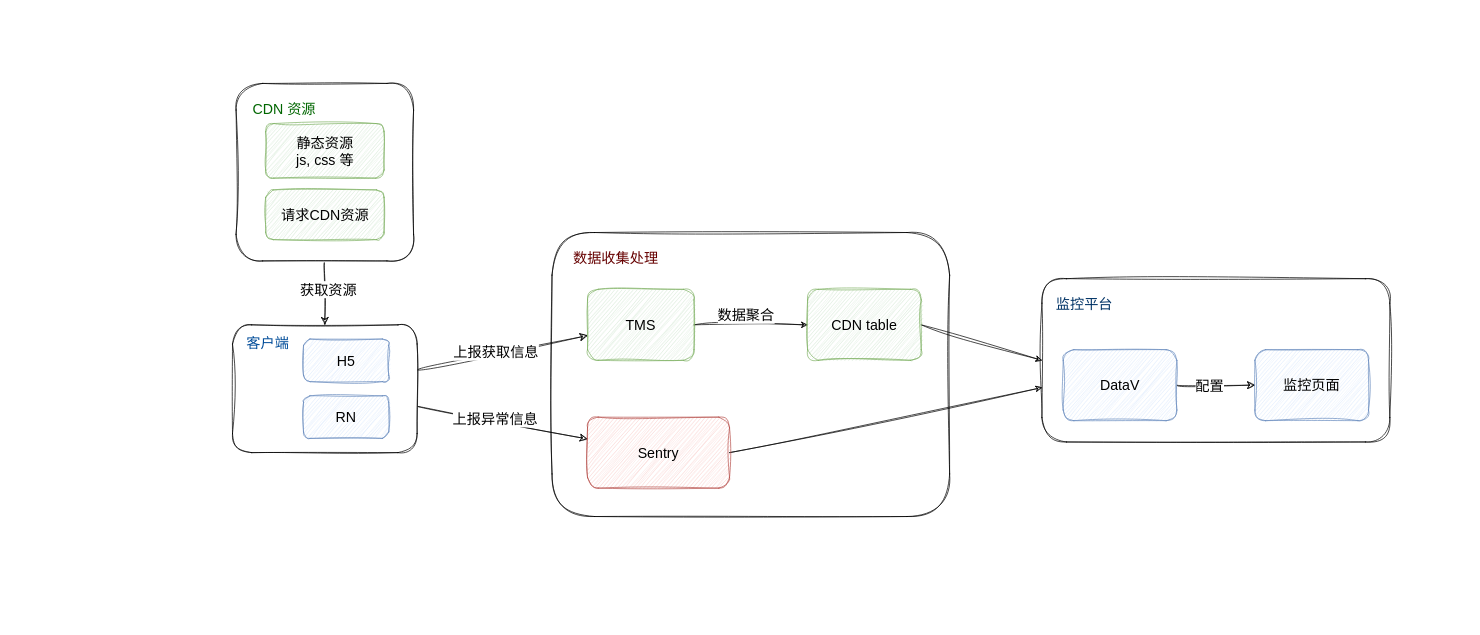
Darkindom/draw-the-diagrams keeps this draw.io diagram as CDN.drawio. Above is the earlier version. Source tidied: cells renumbered, new cells numbered last; positions are measured from the earlier drawing's top-left corner, leaving out a move shared by most shapes. Both pictures are drawn from the tidied source at 71%, with x=0, y=0 at pixel (232, 83).
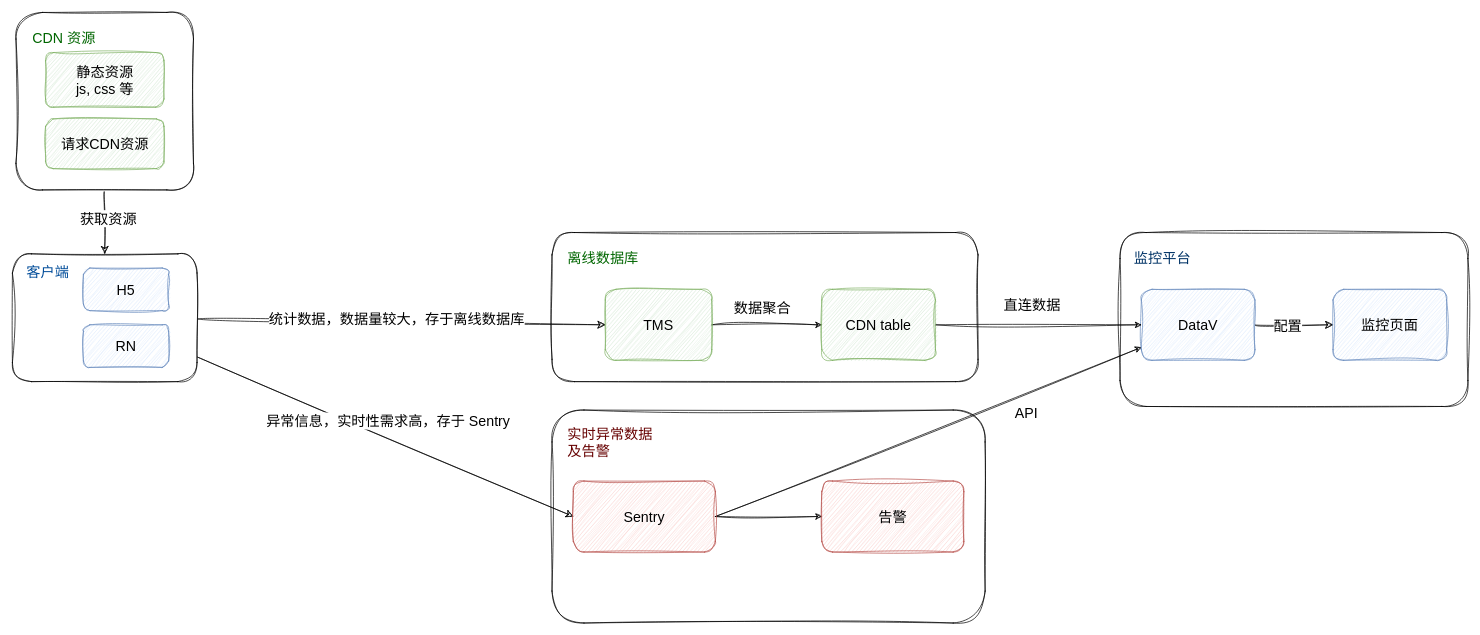
Above is the later version.

The change refers to these unchanged cells:
```xml
<mxCell id="18" style="edgeStyle=orthogonalEdgeStyle;rounded=0;sketch=1;hachureGap=4;jiggle=2;curveFitting=1;jettySize=auto;html=1;exitX=1;exitY=0.5;exitDx=0;exitDy=0;entryX=0;entryY=0.5;entryDx=0;entryDy=0;fontFamily=手札体-简;fontSize=16;" parent="1" edge="1" source="20" target="30">
  <mxGeometry relative="1" as="geometry" />
</mxCell>
```

Diff of the diagram source:
```diff
@@
+    <mxCell id="31" style="rounded=1;whiteSpace=wrap;html=1;sketch=1;hachureGap=4;jiggle=2;curveFitting=1;fontFamily=手札体-简;fontSize=20;" parent="1" vertex="1">
+      <mxGeometry x="450" y="460" width="610" height="300" as="geometry" />
+    </mxCell>
     <mxCell id="2" style="rounded=1;whiteSpace=wrap;html=1;sketch=1;hachureGap=4;jiggle=2;curveFitting=1;fontFamily=手札体-简;fontSize=20;" parent="1" vertex="1">
-      <mxGeometry x="1140" y="275" width="490" height="230" as="geometry" />
+      <mxGeometry x="1250" y="210" width="490" height="245" as="geometry" />
     </mxCell>
     <mxCell id="3" style="rounded=1;whiteSpace=wrap;html=1;sketch=1;hachureGap=4;jiggle=2;curveFitting=1;fontFamily=手札体-简;fontSize=20;" parent="1" vertex="1">
-      <mxGeometry x="450" y="210" width="560" height="400" as="geometry" />
+      <mxGeometry x="450" y="210" width="600" height="210" as="geometry" />
     </mxCell>
-    <mxCell id="4" style="edgeStyle=none;curved=1;rounded=0;sketch=1;hachureGap=4;jiggle=2;curveFitting=1;jettySize=auto;html=1;fontFamily=手札体-简;fontSize=16;startSize=8;endSize=8;" parent="1" edge="1" source="8" target="20">
+    <mxCell id="4" style="edgeStyle=none;curved=1;rounded=0;sketch=1;hachureGap=4;jiggle=2;curveFitting=1;jettySize=auto;html=1;fontFamily=手札体-简;fontSize=16;startSize=8;endSize=8;entryX=0;entryY=0.5;entryDx=0;entryDy=0;" parent="1" edge="1" source="8" target="20">
       <mxGeometry relative="1" as="geometry" />
     </mxCell>
-    <mxCell id="5" value="上报获取信息" style="edgeLabel;html=1;align=center;verticalAlign=middle;fontSize=20;fontFamily=手札体-简;" parent="4" vertex="1">
+    <mxCell id="5" value="统计数据，数据量较大，存于离线数据库" style="edgeLabel;html=1;align=center;verticalAlign=middle;fontSize=20;fontFamily=手札体-简;" parent="4" vertex="1">
       <mxGeometry x="0.05" relative="1" as="geometry">
-        <mxPoint x="-16" y="-1" as="offset" />
+        <mxPoint x="-21" y="-6" as="offset" />
       </mxGeometry>
     </mxCell>
-    <mxCell id="6" style="edgeStyle=none;curved=1;rounded=0;sketch=1;hachureGap=4;jiggle=2;curveFitting=1;jettySize=auto;html=1;fontFamily=手札体-简;fontSize=16;startSize=8;endSize=8;" parent="1" edge="1" source="8" target="22">
+    <mxCell id="6" style="edgeStyle=none;curved=1;rounded=0;sketch=1;hachureGap=4;jiggle=2;curveFitting=1;jettySize=auto;html=1;fontFamily=手札体-简;fontSize=16;startSize=8;endSize=8;entryX=0;entryY=0.5;entryDx=0;entryDy=0;" parent="1" edge="1" source="8" target="22">
       <mxGeometry relative="1" as="geometry" />
     </mxCell>
-    <mxCell id="7" value="上报异常信息" style="edgeLabel;html=1;align=center;verticalAlign=middle;fontSize=20;fontFamily=手札体-简;" parent="6" vertex="1">
+    <mxCell id="7" value="异常信息，实时性需求高，存于 Sentry" style="edgeLabel;html=1;align=center;verticalAlign=middle;fontSize=20;fontFamily=手札体-简;" parent="6" vertex="1">
       <mxGeometry x="-0.19" y="2" relative="1" as="geometry">
-        <mxPoint x="12" as="offset" />
+        <mxPoint x="53" as="offset" />
       </mxGeometry>
     </mxCell>
     <mxCell id="8" style="rounded=1;whiteSpace=wrap;html=1;sketch=1;hachureGap=4;jiggle=2;curveFitting=1;fontFamily=手札体-简;fontSize=20;" parent="1" vertex="1">
-      <mxGeometry y="340" width="260" height="180" as="geometry" />
+      <mxGeometry x="-310" y="240" width="260" height="180" as="geometry" />
     </mxCell>
@@
     <mxCell id="11" style="rounded=1;whiteSpace=wrap;html=1;sketch=1;hachureGap=4;jiggle=2;curveFitting=1;fontFamily=手札体-简;fontSize=20;" parent="1" vertex="1">
-      <mxGeometry x="5" width="250" height="250" as="geometry" />
+      <mxGeometry x="-305" y="-100" width="250" height="250" as="geometry" />
     </mxCell>
     <mxCell id="12" value="H5" style="rounded=1;whiteSpace=wrap;html=1;sketch=1;hachureGap=4;jiggle=2;curveFitting=1;fontFamily=手札体-简;fontSize=20;fillColor=#dae8fc;strokeColor=#6c8ebf;" parent="1" vertex="1">
-      <mxGeometry x="100" y="360" width="120" height="60" as="geometry" />
+      <mxGeometry x="-210" y="260" width="120" height="60" as="geometry" />
     </mxCell>
     <mxCell id="13" value="RN" style="rounded=1;whiteSpace=wrap;html=1;sketch=1;hachureGap=4;jiggle=2;curveFitting=1;fontFamily=手札体-简;fontSize=20;fillColor=#dae8fc;strokeColor=#6c8ebf;" parent="1" vertex="1">
-      <mxGeometry x="100" y="440" width="120" height="60" as="geometry" />
+      <mxGeometry x="-210" y="340" width="120" height="60" as="geometry" />
     </mxCell>
     <mxCell id="14" value="请求CDN资源" style="rounded=1;whiteSpace=wrap;html=1;sketch=1;hachureGap=4;jiggle=2;curveFitting=1;fontFamily=手札体-简;fontSize=20;fillColor=#d5e8d4;strokeColor=#82b366;" parent="1" vertex="1">
-      <mxGeometry x="46.7" y="150" width="166.7" height="70" as="geometry" />
+      <mxGeometry x="-263.3" y="50" width="166.7" height="70" as="geometry" />
     </mxCell>
     <mxCell id="15" value="静态资源&lt;br&gt;js, css 等" style="rounded=1;whiteSpace=wrap;html=1;sketch=1;hachureGap=4;jiggle=2;curveFitting=1;fontFamily=手札体-简;fontSize=20;fillColor=#d5e8d4;strokeColor=#82b366;" parent="1" vertex="1">
-      <mxGeometry x="46.7" y="56.5" width="166.7" height="76.9" as="geometry" />
+      <mxGeometry x="-263.3" y="-43.5" width="166.7" height="76.9" as="geometry" />
     </mxCell>
     <mxCell id="16" value="&lt;font color=&quot;#006600&quot;&gt;CDN 资源&lt;/font&gt;" style="text;html=1;strokeColor=none;fillColor=none;align=center;verticalAlign=middle;whiteSpace=wrap;rounded=0;fontSize=20;fontFamily=手札体-简;" parent="1" vertex="1">
-      <mxGeometry x="23.3" y="20" width="100" height="30" as="geometry" />
+      <mxGeometry x="-286.7" y="-80" width="100" height="30" as="geometry" />
     </mxCell>
     <mxCell id="17" value="&lt;font&gt;客户端&lt;/font&gt;" style="text;html=1;strokeColor=none;fillColor=none;align=center;verticalAlign=middle;whiteSpace=wrap;rounded=0;fontSize=20;fontFamily=手札体-简;fontColor=#004C99;" parent="1" vertex="1">
-      <mxGeometry y="350" width="100" height="30" as="geometry" />
+      <mxGeometry x="-310" y="250" width="100" height="30" as="geometry" />
     </mxCell>
@@
     <mxCell id="19" value="数据聚合" style="edgeLabel;html=1;align=center;verticalAlign=middle;fontSize=20;fontFamily=手札体-简;" parent="18" vertex="1">
       <mxGeometry x="-0.1" y="2" relative="1" as="geometry">
-        <mxPoint y="-13" as="offset" />
+        <mxPoint y="-23" as="offset" />
       </mxGeometry>
     </mxCell>
     <mxCell id="20" value="TMS" style="whiteSpace=wrap;html=1;fontSize=20;fontFamily=手札体-简;rounded=1;sketch=1;hachureGap=4;jiggle=2;curveFitting=1;fillColor=#d5e8d4;strokeColor=#82b366;" parent="1" vertex="1">
-      <mxGeometry x="500" y="290" width="150" height="100" as="geometry" />
+      <mxGeometry x="525" y="290" width="150" height="100" as="geometry" />
     </mxCell>
-    <mxCell id="21" style="rounded=0;sketch=1;hachureGap=4;jiggle=2;curveFitting=1;jettySize=auto;html=1;exitX=1;exitY=0.5;exitDx=0;exitDy=0;fontFamily=手札体-简;fontSize=16;entryX=0;entryY=0.667;entryDx=0;entryDy=0;entryPerimeter=0;" parent="1" edge="1" source="22" target="2">
+    <mxCell id="21" style="rounded=0;sketch=1;hachureGap=4;jiggle=2;curveFitting=1;jettySize=auto;html=1;exitX=1;exitY=0.5;exitDx=0;exitDy=0;fontFamily=手札体-简;fontSize=16;" parent="1" edge="1" source="22" target="26">
       <mxGeometry relative="1" as="geometry" />
     </mxCell>
+    <mxCell id="32" value="API" style="edgeLabel;html=1;align=center;verticalAlign=middle;fontSize=20;fontFamily=手札体-简;" parent="21" vertex="1">
+      <mxGeometry x="0.46" y="1" relative="1" as="geometry">
+        <mxPoint y="28" as="offset" />
+      </mxGeometry>
+    </mxCell>
+    <mxCell id="33" style="rounded=0;sketch=1;hachureGap=4;jiggle=2;curveFitting=1;jettySize=auto;html=1;fontFamily=手札体-简;fontSize=16;" parent="1" edge="1" source="22" target="36">
+      <mxGeometry relative="1" as="geometry" />
+    </mxCell>
     <mxCell id="22" value="Sentry" style="whiteSpace=wrap;html=1;fontSize=20;fontFamily=手札体-简;rounded=1;sketch=1;hachureGap=4;jiggle=2;curveFitting=1;fillColor=#f8cecc;strokeColor=#b85450;" parent="1" vertex="1">
-      <mxGeometry x="500" y="470" width="200" height="100" as="geometry" />
+      <mxGeometry x="480" y="560" width="200" height="100" as="geometry" />
     </mxCell>
-    <mxCell id="23" value="&lt;font&gt;数据收集处理&lt;/font&gt;" style="text;html=1;strokeColor=none;fillColor=none;align=center;verticalAlign=middle;whiteSpace=wrap;rounded=0;fontSize=20;fontFamily=手札体-简;fontColor=#660000;" parent="1" vertex="1">
-      <mxGeometry x="470" y="230" width="140" height="30" as="geometry" />
+    <mxCell id="23" value="&lt;font&gt;实时异常数据及告警&lt;/font&gt;" style="text;html=1;strokeColor=none;fillColor=none;align=left;verticalAlign=middle;whiteSpace=wrap;rounded=0;fontSize=20;fontFamily=手札体-简;fontColor=#660000;" parent="1" vertex="1">
+      <mxGeometry x="470" y="490" width="140" height="30" as="geometry" />
     </mxCell>
@@
     <mxCell id="26" value="DataV" style="whiteSpace=wrap;html=1;fontSize=20;fontFamily=手札体-简;rounded=1;sketch=1;hachureGap=4;jiggle=2;curveFitting=1;fillColor=#dae8fc;strokeColor=#6c8ebf;" parent="1" vertex="1">
-      <mxGeometry x="1170" y="375" width="160" height="100" as="geometry" />
+      <mxGeometry x="1280" y="290" width="160" height="100" as="geometry" />
     </mxCell>
     <mxCell id="27" value="监控页面" style="whiteSpace=wrap;html=1;fontSize=20;fontFamily=手札体-简;rounded=1;sketch=1;hachureGap=4;jiggle=2;curveFitting=1;fillColor=#dae8fc;strokeColor=#6c8ebf;" parent="1" vertex="1">
-      <mxGeometry x="1440" y="375" width="160" height="100" as="geometry" />
+      <mxGeometry x="1550" y="290" width="160" height="100" as="geometry" />
     </mxCell>
     <mxCell id="28" value="&lt;font&gt;监控平台&lt;/font&gt;" style="text;html=1;strokeColor=none;fillColor=none;align=center;verticalAlign=middle;whiteSpace=wrap;rounded=0;fontSize=20;fontFamily=手札体-简;fontColor=#003366;" parent="1" vertex="1">
-      <mxGeometry x="1150" y="295" width="100" height="30" as="geometry" />
+      <mxGeometry x="1260" y="230" width="100" height="30" as="geometry" />
     </mxCell>
-    <mxCell id="29" style="rounded=0;sketch=1;hachureGap=4;jiggle=2;curveFitting=1;jettySize=auto;html=1;exitX=1;exitY=0.5;exitDx=0;exitDy=0;entryX=0;entryY=0.5;entryDx=0;entryDy=0;fontFamily=Architects Daughter;fontSize=16;" parent="1" edge="1" source="30" target="2">
+    <mxCell id="29" style="rounded=0;sketch=1;hachureGap=4;jiggle=2;curveFitting=1;jettySize=auto;html=1;exitX=1;exitY=0.5;exitDx=0;exitDy=0;fontFamily=手札体-简;fontSize=16;" parent="1" edge="1" source="30" target="26">
       <mxGeometry relative="1" as="geometry" />
     </mxCell>
+    <mxCell id="34" value="直连数据" style="edgeLabel;html=1;align=center;verticalAlign=middle;fontSize=20;fontFamily=手札体-简;" parent="29" vertex="1">
+      <mxGeometry x="-0.07" y="5" relative="1" as="geometry">
+        <mxPoint y="-25" as="offset" />
+      </mxGeometry>
+    </mxCell>
     <mxCell id="30" value="CDN table" style="whiteSpace=wrap;html=1;fontSize=20;fontFamily=手札体-简;rounded=1;sketch=1;hachureGap=4;jiggle=2;curveFitting=1;fillColor=#d5e8d4;strokeColor=#82b366;" parent="1" vertex="1">
-      <mxGeometry x="810" y="290" width="160" height="100" as="geometry" />
+      <mxGeometry x="830" y="290" width="160" height="100" as="geometry" />
     </mxCell>
+    <mxCell id="35" value="&lt;font color=&quot;#006600&quot;&gt;离线数据库&lt;/font&gt;" style="text;html=1;strokeColor=none;fillColor=none;align=left;verticalAlign=middle;whiteSpace=wrap;rounded=0;fontSize=20;fontFamily=手札体-简;" parent="1" vertex="1">
+      <mxGeometry x="470" y="230" width="150" height="30" as="geometry" />
+    </mxCell>
+    <mxCell id="36" value="告警" style="whiteSpace=wrap;html=1;fontSize=20;fontFamily=手札体-简;rounded=1;sketch=1;hachureGap=4;jiggle=2;curveFitting=1;fillColor=#f8cecc;strokeColor=#b85450;" parent="1" vertex="1">
+      <mxGeometry x="830" y="560" width="200" height="100" as="geometry" />
+    </mxCell>
```
